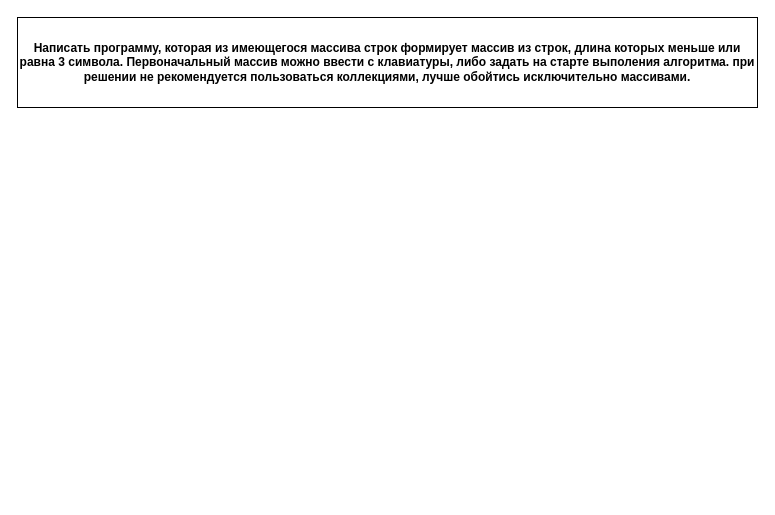
leru0411/examination-07.08.2022 keeps this draw.io diagram as exam.drawio. Above is the earlier version. Source tidied: cells renumbered, new cells numbered last; positions are measured from the earlier drawing's top-left corner, leaving out a move shared by most shapes. Both pictures are drawn from the tidied source at 100%, with x=0, y=0 at pixel (17, 17).
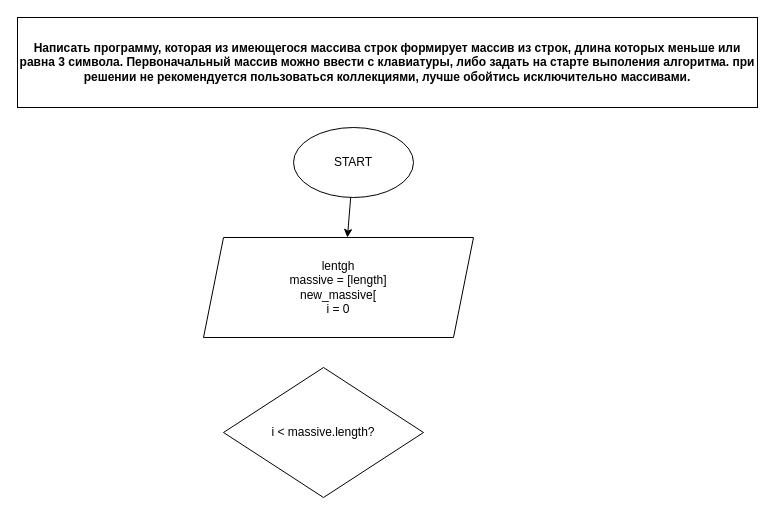
Above is the later version.

Commit message:
drew first version of diagram

The edit, as a diff of the source:
```diff
@@
 <mxGraphModel>
   <root>
     <mxCell id="0" />
     <mxCell id="1" parent="0" />
     <mxCell id="2" value="&lt;h4&gt;Написать программу, которая из имеющегося массива строк формирует массив из строк, длина которых меньше или равна 3 символа. Первоначальный массив можно ввести с клавиатуры, либо задать на старте выполения алгоритма. при решении не рекомендуется пользоваться коллекциями, лучше обойтись исключительно массивами.&lt;/h4&gt;" style="rounded=0;whiteSpace=wrap;html=1;" parent="1" vertex="1">
       <mxGeometry width="740" height="90" as="geometry" />
     </mxCell>
+    <mxCell id="3" style="edgeStyle=none;html=1;entryX=0.533;entryY=0;entryDx=0;entryDy=0;entryPerimeter=0;" parent="1" edge="1" source="4" target="5">
+      <mxGeometry relative="1" as="geometry" />
+    </mxCell>
+    <mxCell id="4" value="START" style="ellipse;whiteSpace=wrap;html=1;" parent="1" vertex="1">
+      <mxGeometry x="276" y="110" width="120" height="70" as="geometry" />
+    </mxCell>
+    <mxCell id="5" value="lentgh&lt;br&gt;massive = [length]&lt;br&gt;new_massive[&lt;br&gt;i = 0" style="shape=parallelogram;perimeter=parallelogramPerimeter;whiteSpace=wrap;html=1;fixedSize=1;" parent="1" vertex="1">
+      <mxGeometry x="186" y="220" width="270" height="100" as="geometry" />
+    </mxCell>
+    <mxCell id="6" value="i &amp;lt; massive.length?" style="rhombus;whiteSpace=wrap;html=1;" parent="1" vertex="1">
+      <mxGeometry x="206" y="350" width="200" height="130" as="geometry" />
+    </mxCell>
   </root>
 </mxGraphModel>
```
